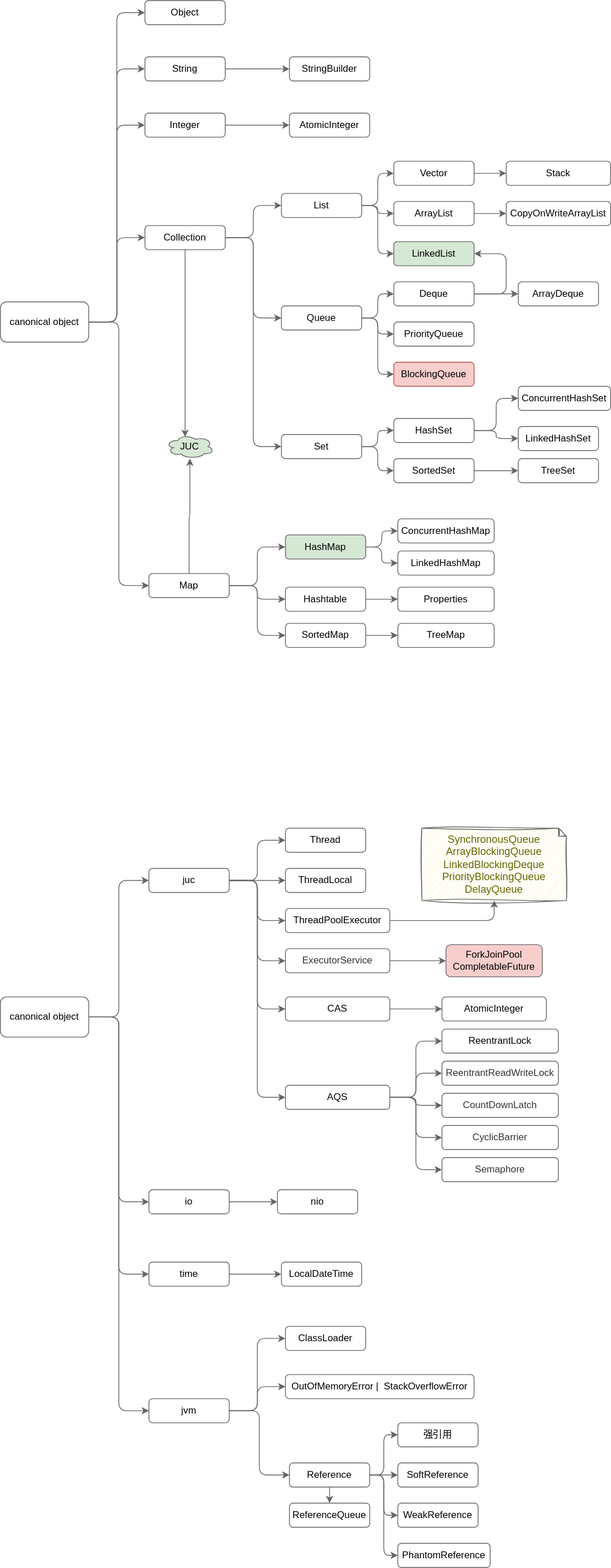
Earlier version of the draw.io export diagrams/java/se/readme.svg (Alice52/diagrams). Source tidied: cells renumbered, new cells last; positions are measured from the earlier drawing's top-left corner, leaving out a move shared by most shapes.
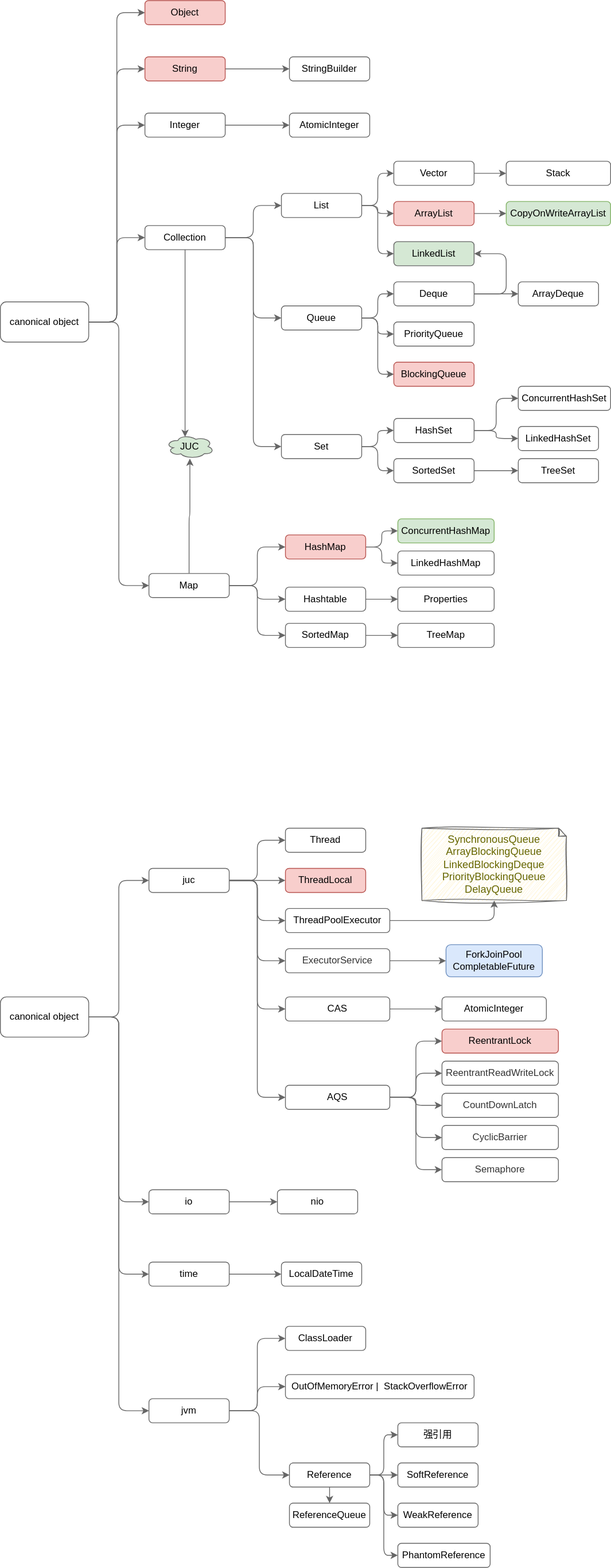
The same file after the commit.

Commit message:
chore(overview): refine javase diagram

Diff of the diagram source:
```diff
@@ -20,13 +20,13 @@
     <mxCell id="7" value="canonical object" style="rounded=1;whiteSpace=wrap;html=1;strokeColor=#666666;" parent="1" vertex="1">
       <mxGeometry y="375" width="110" height="50" as="geometry" />
     </mxCell>
-    <mxCell id="8" value="Object" style="rounded=1;whiteSpace=wrap;html=1;strokeColor=#666666;" parent="1" vertex="1">
+    <mxCell id="8" value="Object" style="rounded=1;whiteSpace=wrap;html=1;strokeColor=#b85450;fillColor=#f8cecc;" parent="1" vertex="1">
       <mxGeometry x="180" width="100" height="30" as="geometry" />
     </mxCell>
     <mxCell id="9" style="edgeStyle=orthogonalEdgeStyle;html=1;strokeColor=#666666;" parent="1" edge="1" source="10" target="82">
       <mxGeometry relative="1" as="geometry" />
     </mxCell>
-    <mxCell id="10" value="String" style="rounded=1;whiteSpace=wrap;html=1;strokeColor=#666666;" parent="1" vertex="1">
+    <mxCell id="10" value="String" style="rounded=1;whiteSpace=wrap;html=1;strokeColor=#b85450;fillColor=#f8cecc;" parent="1" vertex="1">
       <mxGeometry x="180" y="70" width="100" height="30" as="geometry" />
     </mxCell>
     <mxCell id="11" style="edgeStyle=none;html=1;strokeColor=#666666;" parent="1" edge="1" source="12" target="26">
@@ -71,7 +71,7 @@
     <mxCell id="24" value="Map" style="rounded=1;whiteSpace=wrap;html=1;strokeColor=#666666;" parent="1" vertex="1">
       <mxGeometry x="185" y="713" width="100" height="30" as="geometry" />
     </mxCell>
-    <mxCell id="25" value="ThreadLocal" style="rounded=1;whiteSpace=wrap;html=1;strokeColor=#666666;" parent="1" vertex="1">
+    <mxCell id="25" value="ThreadLocal" style="rounded=1;whiteSpace=wrap;html=1;strokeColor=#b85450;fillColor=#f8cecc;" parent="1" vertex="1">
       <mxGeometry x="355" y="1080" width="100" height="30" as="geometry" />
     </mxCell>
     <mxCell id="26" value="AtomicInteger" style="rounded=1;whiteSpace=wrap;html=1;strokeColor=#666666;" parent="1" vertex="1">
@@ -83,7 +83,7 @@
     <mxCell id="28" style="edgeStyle=orthogonalEdgeStyle;html=1;exitX=1;exitY=0.5;exitDx=0;exitDy=0;entryX=0;entryY=0.5;entryDx=0;entryDy=0;strokeColor=#666666;" parent="1" edge="1" source="29" target="52">
       <mxGeometry relative="1" as="geometry" />
     </mxCell>
-    <mxCell id="29" value="HashMap" style="rounded=1;whiteSpace=wrap;html=1;strokeColor=#666666;fillColor=#d5e8d4;" parent="1" vertex="1">
+    <mxCell id="29" value="HashMap" style="rounded=1;whiteSpace=wrap;html=1;strokeColor=#b85450;fillColor=#f8cecc;" parent="1" vertex="1">
       <mxGeometry x="355" y="665" width="100" height="30" as="geometry" />
     </mxCell>
     <mxCell id="30" style="edgeStyle=orthogonalEdgeStyle;html=1;strokeColor=#666666;" parent="1" edge="1" source="31" target="53">
@@ -107,7 +107,7 @@
     <mxCell id="36" value="Collection" style="rounded=1;whiteSpace=wrap;html=1;strokeColor=#666666;" parent="1" vertex="1">
       <mxGeometry x="180" y="280" width="100" height="30" as="geometry" />
     </mxCell>
-    <mxCell id="37" value="ConcurrentHashMap" style="rounded=1;whiteSpace=wrap;html=1;strokeColor=#666666;" parent="1" vertex="1">
+    <mxCell id="37" value="ConcurrentHashMap" style="rounded=1;whiteSpace=wrap;html=1;strokeColor=#82b366;fillColor=#d5e8d4;" parent="1" vertex="1">
       <mxGeometry x="495" y="645" width="120" height="30" as="geometry" />
     </mxCell>
     <mxCell id="38" value="JUC" style="ellipse;shape=cloud;whiteSpace=wrap;html=1;strokeColor=#666666;fillColor=#d5e8d4;" parent="1" vertex="1">
@@ -170,10 +170,10 @@
     <mxCell id="57" style="edgeStyle=orthogonalEdgeStyle;html=1;strokeColor=#666666;" parent="1" edge="1" source="58" target="59">
       <mxGeometry relative="1" as="geometry" />
     </mxCell>
-    <mxCell id="58" value="ArrayList" style="rounded=1;whiteSpace=wrap;html=1;strokeColor=#666666;" parent="1" vertex="1">
+    <mxCell id="58" value="ArrayList" style="rounded=1;whiteSpace=wrap;html=1;strokeColor=#b85450;fillColor=#f8cecc;" parent="1" vertex="1">
       <mxGeometry x="490" y="250" width="100" height="30" as="geometry" />
     </mxCell>
-    <mxCell id="59" value="CopyOnWriteArrayList" style="rounded=1;whiteSpace=wrap;html=1;strokeColor=#666666;" parent="1" vertex="1">
+    <mxCell id="59" value="CopyOnWriteArrayList" style="rounded=1;whiteSpace=wrap;html=1;strokeColor=#82b366;fillColor=#d5e8d4;" parent="1" vertex="1">
       <mxGeometry x="630" y="250" width="130" height="30" as="geometry" />
     </mxCell>
     <mxCell id="60" value="Stack" style="rounded=1;whiteSpace=wrap;html=1;strokeColor=#666666;" parent="1" vertex="1">
@@ -277,7 +277,7 @@
     <mxCell id="91" value="&lt;span style=&quot;color: rgb(51, 51, 51);&quot;&gt;ExecutorService&lt;/span&gt;" style="rounded=1;whiteSpace=wrap;html=1;strokeColor=#666666;" parent="1" vertex="1">
       <mxGeometry x="355" y="1180" width="130" height="30" as="geometry" />
     </mxCell>
-    <mxCell id="92" value="ForkJoinPool&lt;br&gt;CompletableFuture" style="rounded=1;whiteSpace=wrap;html=1;fillColor=#f8cecc;strokeColor=#666666;" parent="1" vertex="1">
+    <mxCell id="92" value="ForkJoinPool&lt;br&gt;CompletableFuture" style="rounded=1;whiteSpace=wrap;html=1;fillColor=#dae8fc;strokeColor=#6c8ebf;" parent="1" vertex="1">
       <mxGeometry x="555" y="1175" width="120" height="40" as="geometry" />
     </mxCell>
     <mxCell id="93" style="edgeStyle=orthogonalEdgeStyle;html=1;strokeColor=#666666;fontSize=13;" parent="1" edge="1" source="94" target="101">
@@ -307,7 +307,7 @@
     <mxCell id="101" value="AtomicInteger" style="rounded=1;whiteSpace=wrap;html=1;strokeColor=#666666;" parent="1" vertex="1">
       <mxGeometry x="550" y="1240" width="130" height="30" as="geometry" />
     </mxCell>
-    <mxCell id="102" value="ReentrantLock" style="rounded=1;whiteSpace=wrap;html=1;strokeColor=#666666;" parent="1" vertex="1">
+    <mxCell id="102" value="ReentrantLock" style="rounded=1;whiteSpace=wrap;html=1;strokeColor=#b85450;fillColor=#f8cecc;" parent="1" vertex="1">
       <mxGeometry x="550" y="1280" width="145" height="30" as="geometry" />
     </mxCell>
     <mxCell id="103" value="&lt;font color=&quot;#333333&quot;&gt;ReentrantReadWriteLock&lt;/font&gt;" style="rounded=1;whiteSpace=wrap;html=1;strokeColor=#666666;" parent="1" vertex="1">
```
